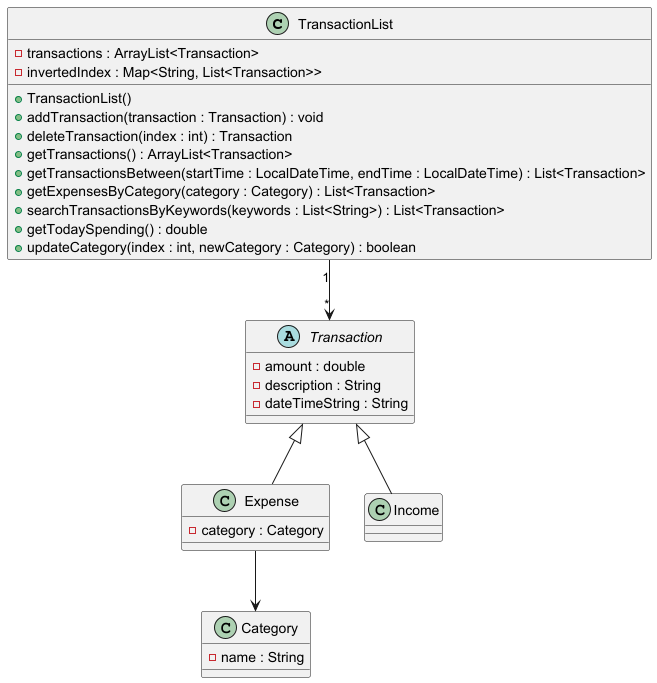
nus-cs2113-AY2425S1/tp keeps this PlantUML diagram as docs/diagrams/TransactionList/transactionlist-class-diagram.png. Above is the earlier version.
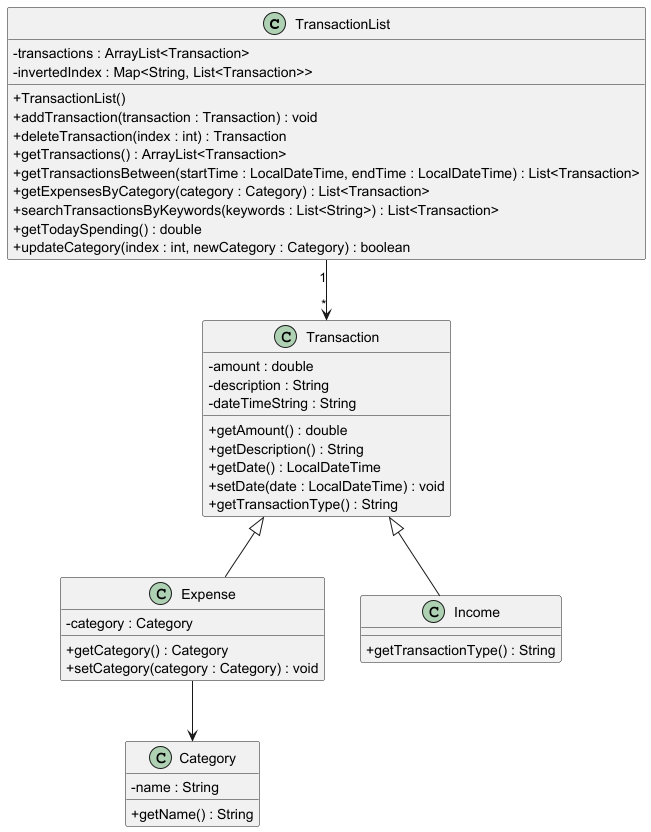
After the change.

Commit message:
Update transactionList Class Diagram

Change to the diagram source:
```diff
@@ -1,4 +1,5 @@
 @startuml
+skinparam classAttributeIconSize 0
 class TransactionList {
     - transactions : ArrayList<Transaction>
     - invertedIndex : Map<String, List<Transaction>>
@@ -14,30 +15,38 @@
     + updateCategory(index : int, newCategory : Category) : boolean
 }
 
-abstract class Transaction {
-    - amount : double
+class Transaction {
+    -  amount : double
     - description : String
     - dateTimeString : String
 
-
+    + getAmount() : double
+    + getDescription() : String
+    + getDate() : LocalDateTime
+    + setDate(date : LocalDateTime) : void
+    + getTransactionType() : String
 }
 
 class Expense extends Transaction {
     - category : Category
 
-
+    + getCategory() : Category
+    + setCategory(category : Category) : void
 }
 
 class Income extends Transaction {
-
+    + getTransactionType() : String
 }
 
 class Category {
     - name : String
+
+    + getName() : String
 }
 
 TransactionList "1" --> "*" Transaction
 
+
 Expense --> Category
 
 @enduml
```
